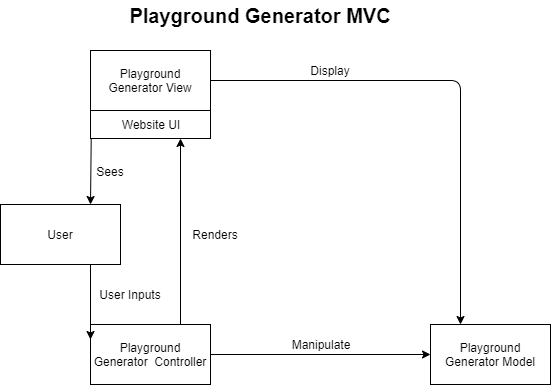
The draw.io diagram Documentation/ressources/images/architecture_proposal-Page-2.png in Quentinflueckiger/Thymio-web-simulation, before a commit. Source tidied: cells renumbered, new cells last; positions are measured from the earlier drawing's top-left corner, leaving out a move shared by most shapes.
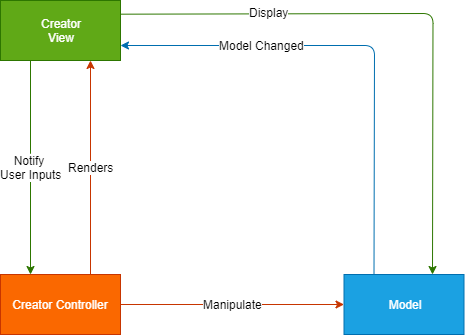
Later version of the same file.

What changed in the source:
```diff
@@ -2,60 +2,43 @@
   <root>
     <mxCell id="0" />
     <mxCell id="1" parent="0" />
-    <mxCell id="2" value="Playground Generator Model" style="rounded=0;whiteSpace=wrap;html=1;" parent="1" vertex="1">
-      <mxGeometry x="430" y="324" width="120" height="60" as="geometry" />
-    </mxCell>
-    <mxCell id="3" value="Playground Generator&amp;nbsp; Controller" style="rounded=0;whiteSpace=wrap;html=1;" parent="1" vertex="1">
-      <mxGeometry x="90" y="324" width="120" height="60" as="geometry" />
-    </mxCell>
-    <mxCell id="4" value="Playground Generator View" style="rounded=0;whiteSpace=wrap;html=1;" parent="1" vertex="1">
-      <mxGeometry x="90" y="50" width="120" height="60" as="geometry" />
-    </mxCell>
-    <mxCell id="5" value="Website UI" style="rounded=0;whiteSpace=wrap;html=1;" parent="1" vertex="1">
-      <mxGeometry x="90" y="110" width="120" height="28" as="geometry" />
-    </mxCell>
-    <mxCell id="6" value="User" style="rounded=0;whiteSpace=wrap;html=1;" parent="1" vertex="1">
-      <mxGeometry y="204" width="120" height="60" as="geometry" />
-    </mxCell>
-    <mxCell id="7" style="endArrow=classic;html=1;entryX=0.75;entryY=0;entryDx=0;entryDy=0;exitX=0.006;exitY=0.988;exitDx=0;exitDy=0;exitPerimeter=0;" parent="1" edge="1" source="5" target="6">
-      <mxGeometry relative="1" as="geometry" />
-    </mxCell>
-    <mxCell id="8" value="Sees" style="text;html=1;strokeColor=none;fillColor=none;align=center;verticalAlign=middle;whiteSpace=wrap;rounded=0;" parent="1" vertex="1">
-      <mxGeometry x="90" y="161" width="40" height="20" as="geometry" />
-    </mxCell>
-    <mxCell id="9" style="endArrow=classic;html=1;exitX=0.75;exitY=1;exitDx=0;exitDy=0;entryX=0;entryY=0.25;entryDx=0;entryDy=0;" parent="1" edge="1" source="6" target="3">
-      <mxGeometry relative="1" as="geometry" />
-    </mxCell>
-    <mxCell id="10" value="User Inputs" style="text;html=1;strokeColor=none;fillColor=none;align=center;verticalAlign=middle;whiteSpace=wrap;rounded=0;" parent="1" vertex="1">
-      <mxGeometry x="90" y="284" width="80" height="20" as="geometry" />
-    </mxCell>
-    <mxCell id="11" style="endArrow=classic;html=1;exitX=1;exitY=0.5;exitDx=0;exitDy=0;entryX=0;entryY=0.5;entryDx=0;entryDy=0;" parent="1" edge="1" source="3">
-      <mxGeometry relative="1" as="geometry">
-        <mxPoint x="430" y="354" as="targetPoint" />
-      </mxGeometry>
-    </mxCell>
-    <mxCell id="12" style="endArrow=classic;html=1;entryX=0.25;entryY=0;entryDx=0;entryDy=0;exitX=1;exitY=0.5;exitDx=0;exitDy=0;" parent="1" edge="1" source="4">
-      <mxGeometry relative="1" as="geometry">
-        <mxPoint x="460" y="324" as="targetPoint" />
-        <Array as="points">
-          <mxPoint x="460" y="80" />
-        </Array>
-      </mxGeometry>
-    </mxCell>
-    <mxCell id="13" style="endArrow=classic;html=1;exitX=0.75;exitY=0;exitDx=0;exitDy=0;entryX=0.75;entryY=1;entryDx=0;entryDy=0;" parent="1" edge="1" source="3" target="5">
-      <mxGeometry relative="1" as="geometry" />
-    </mxCell>
+    <mxCell id="18" value="Creator Controller" style="rounded=0;whiteSpace=wrap;html=1;fillColor=#fa6800;strokeColor=#C73500;fontColor=#ffffff;" parent="1" vertex="1">
+      <mxGeometry x="-88" y="164" width="120" height="60" as="geometry" />
+    </mxCell>
+    <mxCell id="19" value="Creator&lt;br&gt;View" style="rounded=0;whiteSpace=wrap;html=1;fillColor=#60a917;strokeColor=#2D7600;fontColor=#ffffff;" parent="1" vertex="1">
+      <mxGeometry x="-88" y="-110" width="120" height="60" as="geometry" />
+    </mxCell>
+    <mxCell id="20" value="Model" style="rounded=0;whiteSpace=wrap;html=1;fillColor=#1ba1e2;strokeColor=#006EAF;fontColor=#ffffff;" parent="1" vertex="1">
+      <mxGeometry x="255.5" y="164" width="120" height="60" as="geometry" />
+    </mxCell>
+    <mxCell id="21" value="Notify&amp;nbsp;&lt;br style=&quot;font-size: 12px;&quot;&gt;User Inputs" style="endArrow=classic;html=1;entryX=0.25;entryY=0;entryDx=0;entryDy=0;exitX=0.25;exitY=1;exitDx=0;exitDy=0;fillColor=#60a917;strokeColor=#2D7600;fontSize=12;" parent="1" edge="1" source="19" target="18">
+      <mxGeometry relative="1" as="geometry">
+        <Array as="points">
+          <mxPoint x="-58" y="53" />
+        </Array>
+      </mxGeometry>
+    </mxCell>
+    <mxCell id="16" value="Manipulate" style="endArrow=classic;html=1;exitX=1;exitY=0.5;exitDx=0;exitDy=0;entryX=0;entryY=0.5;entryDx=0;entryDy=0;fillColor=#fa6800;strokeColor=#C73500;fontSize=12;" parent="1" edge="1" source="18" target="20">
+      <mxGeometry relative="1" as="geometry" />
+    </mxCell>
-    <mxCell id="14" value="Renders" style="text;html=1;strokeColor=none;fillColor=none;align=center;verticalAlign=middle;whiteSpace=wrap;rounded=0;" parent="1" vertex="1">
-      <mxGeometry x="185" y="224" width="60" height="20" as="geometry" />
+    <mxCell id="14" value="Renders" style="endArrow=classic;html=1;exitX=0.75;exitY=0;exitDx=0;exitDy=0;fillColor=#fa6800;strokeColor=#C73500;entryX=0.75;entryY=1;entryDx=0;entryDy=0;fontSize=12;" parent="1" edge="1" source="18" target="19">
+      <mxGeometry relative="1" as="geometry" />
     </mxCell>
+    <mxCell id="22" value="Model Changed" style="endArrow=classic;html=1;exitX=0.25;exitY=0;exitDx=0;exitDy=0;entryX=1;entryY=0.75;entryDx=0;entryDy=0;fillColor=#1ba1e2;strokeColor=#006EAF;fontSize=12;" parent="1" edge="1" source="20" target="19">
+      <mxGeometry x="0.42" relative="1" as="geometry">
+        <Array as="points">
+          <mxPoint x="286" y="-65" />
+        </Array>
+      </mxGeometry>
+    </mxCell>
-    <mxCell id="15" value="Display" style="text;html=1;strokeColor=none;fillColor=none;align=center;verticalAlign=middle;whiteSpace=wrap;rounded=0;" parent="1" vertex="1">
-      <mxGeometry x="300" y="60" width="60" height="20" as="geometry" />
+    <mxCell id="15" value="Display" style="endArrow=classic;html=1;exitX=1.014;exitY=0.228;exitDx=0;exitDy=0;entryX=0.75;entryY=0;entryDx=0;entryDy=0;fillColor=#60a917;strokeColor=#2D7600;fontSize=12;exitPerimeter=0;" parent="1" edge="1">
+      <mxGeometry x="-0.48" y="1" relative="1" as="geometry">
+        <mxPoint x="32.2" y="-96.3" as="sourcePoint" />
+        <mxPoint x="344" y="164" as="targetPoint" />
+        <Array as="points">
+          <mxPoint x="344.5" y="-97" />
+        </Array>
+      </mxGeometry>
     </mxCell>
-    <mxCell id="16" value="Manipulate" style="text;html=1;strokeColor=none;fillColor=none;align=center;verticalAlign=middle;whiteSpace=wrap;rounded=0;" parent="1" vertex="1">
-      <mxGeometry x="290" y="334" width="60" height="20" as="geometry" />
-    </mxCell>
-    <mxCell id="17" value="Playground Generator MVC" style="text;html=1;strokeColor=none;fillColor=none;align=center;verticalAlign=middle;whiteSpace=wrap;rounded=0;fontSize=20;fontStyle=1;" parent="1" vertex="1">
-      <mxGeometry x="120" width="280" height="30" as="geometry" />
-    </mxCell>
   </root>
 </mxGraphModel>
```
